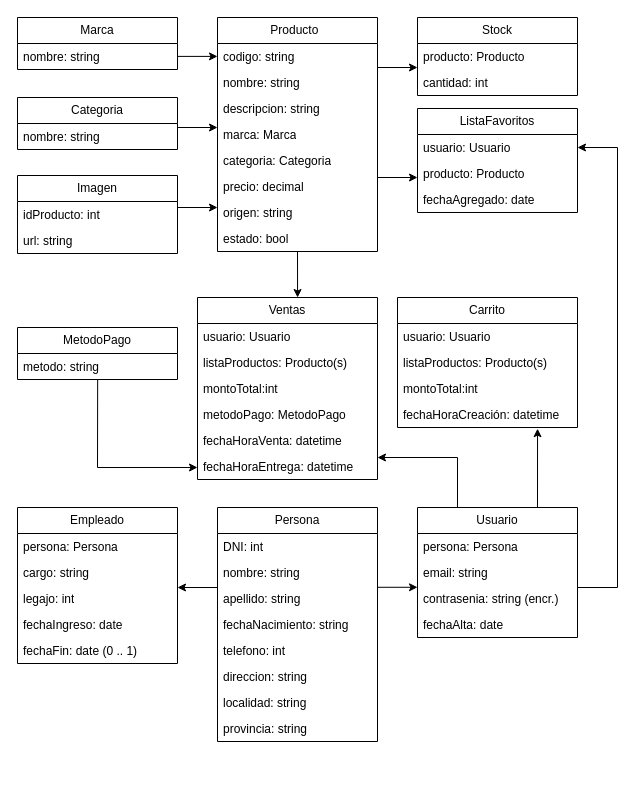
Above: Recursos/Modelo de Dominio.drawio in EmmanuelGreco/tpc-ecommerce-equipo-13a (draw.io), before the change. Source tidied: cells renumbered, new cells numbered last; positions are measured from the earlier drawing's top-left corner, leaving out a move shared by most shapes. Both pictures are drawn from the tidied source at 100%, with x=0, y=0 at pixel (17, 17).
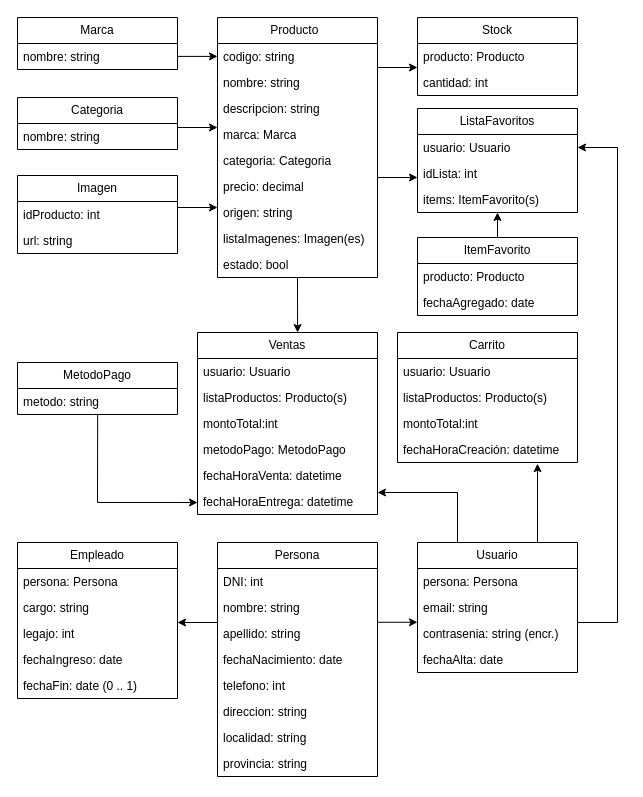
After the change.

Unchanged cells that the change refers to:
```xml
<mxCell id="33" value="ListaFavoritos" style="swimlane;fontStyle=0;horizontal=1;startSize=26;fillColor=none;whiteSpace=wrap;html=1;" parent="1" vertex="1">
  <mxGeometry x="400" y="91" width="160" height="104" as="geometry" />
</mxCell>
<mxCell id="34" value="usuario: Usuario" style="text;strokeColor=none;fillColor=none;align=left;verticalAlign=top;spacingLeft=4;spacingRight=4;overflow=hidden;points=[[0,0.5],[1,0.5]];portConstraint=eastwest;whiteSpace=wrap;html=1;" parent="33" vertex="1">
  <mxGeometry y="26" width="160" height="26" as="geometry" />
</mxCell>
<mxCell id="40" value="contrasenia: string (encr.)" style="text;strokeColor=none;fillColor=none;align=left;verticalAlign=top;spacingLeft=4;spacingRight=4;overflow=hidden;points=[[0,0.5],[1,0.5]];portConstraint=eastwest;whiteSpace=wrap;html=1;" parent="37" vertex="1">
  <mxGeometry y="78" width="160" height="26" as="geometry" />
</mxCell>
<mxCell id="48" value="fechaHoraEntrega: datetime" style="text;strokeColor=none;fillColor=none;align=left;verticalAlign=top;spacingLeft=4;spacingRight=4;overflow=hidden;points=[[0,0.5],[1,0.5]];portConstraint=eastwest;whiteSpace=wrap;html=1;" parent="42" vertex="1">
  <mxGeometry y="156" width="180" height="26" as="geometry" />
</mxCell>
<mxCell id="53" value="metodo: string" style="text;strokeColor=none;fillColor=none;align=left;verticalAlign=top;spacingLeft=4;spacingRight=4;overflow=hidden;points=[[0,0.5],[1,0.5]];portConstraint=eastwest;whiteSpace=wrap;html=1;" parent="52" vertex="1">
  <mxGeometry y="26" width="160" height="26" as="geometry" />
</mxCell>
```

Change to the diagram source:
```diff
@@
     <mxCell id="2" value="Producto&lt;span style=&quot;white-space: pre;&quot;&gt;&#9;&lt;/span&gt;" style="swimlane;fontStyle=0;horizontal=1;startSize=26;fillColor=none;whiteSpace=wrap;html=1;" parent="1" vertex="1">
-      <mxGeometry x="200" width="160" height="234" as="geometry" />
+      <mxGeometry x="200" width="160" height="260" as="geometry" />
     </mxCell>
@@
-    <mxCell id="10" value="estado: bool" style="text;strokeColor=none;fillColor=none;align=left;verticalAlign=top;spacingLeft=4;spacingRight=4;overflow=hidden;whiteSpace=wrap;html=1;" parent="2" vertex="1">
+    <mxCell id="10" value="listaImagenes: Imagen(es)" style="text;strokeColor=none;fillColor=none;align=left;verticalAlign=top;spacingLeft=4;spacingRight=4;overflow=hidden;whiteSpace=wrap;html=1;" parent="2" vertex="1">
       <mxGeometry y="208" width="160" height="26" as="geometry" />
     </mxCell>
+    <mxCell id="71" value="estado: bool" style="text;strokeColor=none;fillColor=none;align=left;verticalAlign=top;spacingLeft=4;spacingRight=4;overflow=hidden;whiteSpace=wrap;html=1;" parent="2" vertex="1">
+      <mxGeometry y="234" width="160" height="26" as="geometry" />
+    </mxCell>
@@
     <mxCell id="18" value="Persona" style="swimlane;fontStyle=0;horizontal=1;startSize=26;fillColor=none;whiteSpace=wrap;html=1;" parent="1" vertex="1">
-      <mxGeometry x="200" y="490" width="160" height="234" as="geometry" />
+      <mxGeometry x="200" y="525" width="160" height="234" as="geometry" />
     </mxCell>
@@
-    <mxCell id="22" value="fechaNacimiento: string" style="text;strokeColor=none;fillColor=none;align=left;verticalAlign=top;spacingLeft=4;spacingRight=4;overflow=hidden;whiteSpace=wrap;html=1;" parent="18" vertex="1">
+    <mxCell id="22" value="fechaNacimiento: date" style="text;strokeColor=none;fillColor=none;align=left;verticalAlign=top;spacingLeft=4;spacingRight=4;overflow=hidden;whiteSpace=wrap;html=1;" parent="18" vertex="1">
       <mxGeometry y="104" width="160" height="26" as="geometry" />
     </mxCell>
@@
     <mxCell id="27" value="Empleado" style="swimlane;fontStyle=0;horizontal=1;startSize=26;fillColor=none;whiteSpace=wrap;html=1;" parent="1" vertex="1">
-      <mxGeometry y="490" width="160" height="156" as="geometry" />
+      <mxGeometry y="525" width="160" height="156" as="geometry" />
     </mxCell>
@@
-    <mxCell id="35" value="producto: Producto" style="text;strokeColor=none;fillColor=none;align=left;verticalAlign=top;spacingLeft=4;spacingRight=4;overflow=hidden;points=[[0,0.5],[1,0.5]];portConstraint=eastwest;whiteSpace=wrap;html=1;" parent="33" vertex="1">
+    <mxCell id="35" value="idLista: int" style="text;strokeColor=none;fillColor=none;align=left;verticalAlign=top;spacingLeft=4;spacingRight=4;overflow=hidden;points=[[0,0.5],[1,0.5]];portConstraint=eastwest;whiteSpace=wrap;html=1;" parent="33" vertex="1">
       <mxGeometry y="52" width="160" height="26" as="geometry" />
     </mxCell>
-    <mxCell id="36" value="fechaAgregado: date" style="text;strokeColor=none;fillColor=none;align=left;verticalAlign=top;spacingLeft=4;spacingRight=4;overflow=hidden;whiteSpace=wrap;html=1;" parent="33" vertex="1">
-      <mxGeometry y="78" width="160" height="26" as="geometry" />
-    </mxCell>
+    <mxCell id="72" value="items: ItemFavorito(s)" style="text;strokeColor=none;fillColor=none;align=left;verticalAlign=top;spacingLeft=4;spacingRight=4;overflow=hidden;whiteSpace=wrap;html=1;" parent="33" vertex="1">
+      <mxGeometry y="78" width="160" height="26" as="geometry" />
+    </mxCell>
     <mxCell id="37" value="Usuario" style="swimlane;fontStyle=0;horizontal=1;startSize=26;fillColor=none;whiteSpace=wrap;html=1;" parent="1" vertex="1">
-      <mxGeometry x="400" y="490" width="160" height="130" as="geometry" />
+      <mxGeometry x="400" y="525" width="160" height="130" as="geometry" />
     </mxCell>
@@
     <mxCell id="42" value="Ventas" style="swimlane;fontStyle=0;horizontal=1;startSize=26;fillColor=none;whiteSpace=wrap;html=1;" parent="1" vertex="1">
-      <mxGeometry x="180" y="280" width="180" height="182" as="geometry" />
+      <mxGeometry x="180" y="315" width="180" height="182" as="geometry" />
     </mxCell>
@@
     <mxCell id="52" value="MetodoPago" style="swimlane;fontStyle=0;horizontal=1;startSize=26;fillColor=none;whiteSpace=wrap;html=1;" parent="1" vertex="1">
-      <mxGeometry y="310" width="160" height="52" as="geometry" />
+      <mxGeometry y="345" width="160" height="52" as="geometry" />
     </mxCell>
@@
     <mxCell id="54" value="Carrito" style="swimlane;fontStyle=0;horizontal=1;startSize=26;fillColor=none;whiteSpace=wrap;html=1;" parent="1" vertex="1">
-      <mxGeometry x="380" y="280" width="180" height="130" as="geometry" />
+      <mxGeometry x="380" y="315" width="180" height="130" as="geometry" />
     </mxCell>
@@
     <mxCell id="59" style="endArrow=classic;html=1;rounded=0;exitX=0.25;exitY=0;exitDx=0;exitDy=0;entryX=1;entryY=0.154;entryDx=0;entryDy=0;entryPerimeter=0;" parent="1" edge="1" source="37" target="48">
       <mxGeometry relative="1" as="geometry">
         <Array as="points">
-          <mxPoint x="440" y="440" />
+          <mxPoint x="440" y="475" />
         </Array>
       </mxGeometry>
     </mxCell>
@@
     <mxCell id="63" style="endArrow=classic;html=1;rounded=0;entryX=0;entryY=0.538;entryDx=0;entryDy=0;entryPerimeter=0;exitX=0.501;exitY=1.016;exitDx=0;exitDy=0;exitPerimeter=0;" parent="1" edge="1" source="53" target="48">
       <mxGeometry relative="1" as="geometry">
         <Array as="points">
-          <mxPoint x="80" y="450" />
+          <mxPoint x="80" y="485" />
         </Array>
       </mxGeometry>
     </mxCell>
     <mxCell id="64" style="endArrow=classic;html=1;rounded=0;entryX=1;entryY=0.5;entryDx=0;entryDy=0;exitX=1;exitY=0.077;exitDx=0;exitDy=0;exitPerimeter=0;" parent="1" edge="1" source="40" target="34">
       <mxGeometry relative="1" as="geometry">
         <Array as="points">
-          <mxPoint x="600" y="570" />
+          <mxPoint x="600" y="605" />
           <mxPoint x="600" y="130" />
         </Array>
       </mxGeometry>
     </mxCell>
@@
+    <mxCell id="73" value="ItemFavorito" style="swimlane;fontStyle=0;horizontal=1;startSize=26;fillColor=none;whiteSpace=wrap;html=1;" parent="1" vertex="1">
+      <mxGeometry x="400" y="220" width="160" height="78" as="geometry" />
+    </mxCell>
+    <mxCell id="74" value="producto: Producto" style="text;strokeColor=none;fillColor=none;align=left;verticalAlign=top;spacingLeft=4;spacingRight=4;overflow=hidden;whiteSpace=wrap;html=1;" parent="73" vertex="1">
+      <mxGeometry y="26" width="160" height="26" as="geometry" />
+    </mxCell>
+    <mxCell id="36" value="fechaAgregado: date" style="text;strokeColor=none;fillColor=none;align=left;verticalAlign=top;spacingLeft=4;spacingRight=4;overflow=hidden;whiteSpace=wrap;html=1;" parent="73" vertex="1">
+      <mxGeometry y="52" width="160" height="26" as="geometry" />
+    </mxCell>
+    <mxCell id="75" style="endArrow=classic;html=1;rounded=0;exitX=0.5;exitY=0;exitDx=0;exitDy=0;entryX=0.5;entryY=1;entryDx=0;entryDy=0;" parent="1" edge="1" source="73" target="33">
+      <mxGeometry relative="1" as="geometry" />
+    </mxCell>
```
